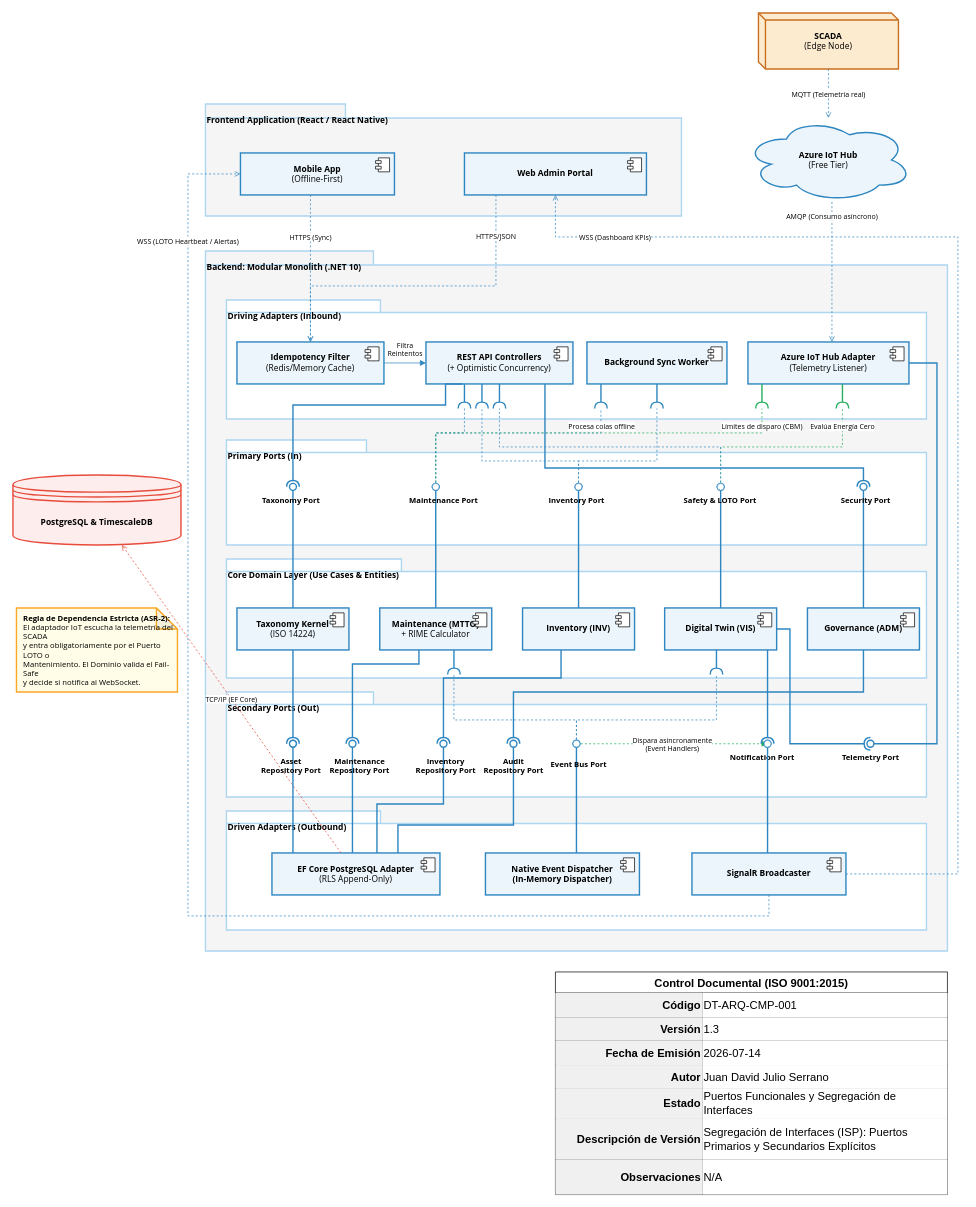
Earlier version of the draw.io diagram page "Ver 2.x" (2 of 2) of architecture/views/DT-ARQ-CMP-001-component-model.drawio (Novav20/adso-dteam-docs). Source tidied: cells renumbered, new cells numbered last; positions are measured from the earlier drawing's top-left corner, leaving out a move shared by most shapes. Both pictures are drawn from the tidied source at 70%, with x=0, y=0 at pixel (13, 13).
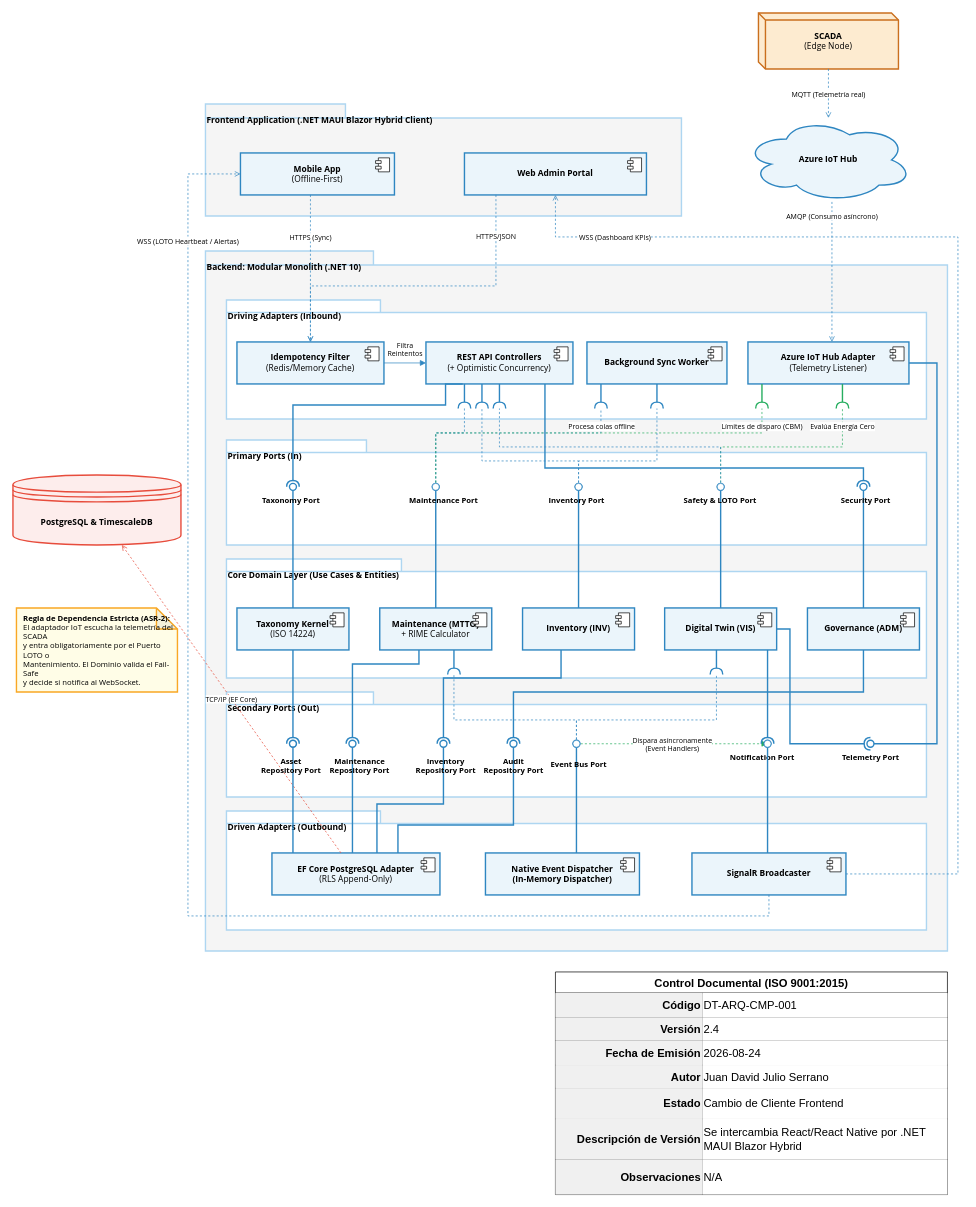
After the change.

Commit message (it also covers changes not shown here):
docs: adopt MAUI Blazor Hybrid stack

Unchanged cells that the change refers to:
```xml
<mxCell id="53" style="shape=tableRow;horizontal=0;startSize=0;swimlaneHead=0;swimlaneBody=0;strokeColor=inherit;top=0;left=0;bottom=0;right=0;fillColor=none;fontSize=16;" parent="49" vertex="1">
  <mxGeometry y="65" width="560" height="33" as="geometry" />
</mxCell>
<mxCell id="56" style="shape=tableRow;horizontal=0;startSize=0;swimlaneHead=0;swimlaneBody=0;strokeColor=inherit;top=0;left=0;bottom=0;right=0;fillColor=none;fontSize=16;" parent="49" vertex="1">
  <mxGeometry y="98" width="560" height="35" as="geometry" />
</mxCell>
<mxCell id="62" style="shape=tableRow;horizontal=0;startSize=0;swimlaneHead=0;swimlaneBody=0;strokeColor=inherit;top=0;left=0;bottom=0;right=0;fillColor=none;fontSize=16;" parent="49" vertex="1">
  <mxGeometry y="166" width="560" height="44" as="geometry" />
</mxCell>
<mxCell id="65" style="shape=tableRow;horizontal=0;startSize=0;swimlaneHead=0;swimlaneBody=0;strokeColor=inherit;top=0;left=0;bottom=0;right=0;fillColor=none;fontSize=16;" parent="49" vertex="1">
  <mxGeometry y="210" width="560" height="58" as="geometry" />
</mxCell>
```

What changed in the source:
```diff
@@
-    <mxCell id="2" value="Frontend Application (React / React Native)" style="shape=folder;fontStyle=1;spacingTop=10;tabWidth=200;tabHeight=20;tabPosition=left;html=1;whiteSpace=wrap;fillColor=#F5F5F5;strokeColor=#AED6F1;strokeWidth=2;fontSize=12;fontFamily=Segoe UI;align=left;verticalAlign=top;" parent="1" vertex="1">
+    <mxCell id="2" value="Frontend Application (.NET MAUI Blazor Hybrid Client)" style="shape=folder;fontStyle=1;spacingTop=10;tabWidth=200;tabHeight=20;tabPosition=left;html=1;whiteSpace=wrap;fillColor=#F5F5F5;strokeColor=#AED6F1;strokeWidth=2;fontSize=12;fontFamily=Segoe UI;align=left;verticalAlign=top;" parent="1" vertex="1">
       <mxGeometry x="275" y="130" width="680" height="160" as="geometry" />
     </mxCell>
@@
-    <mxCell id="38" value="&lt;b&gt;Azure IoT Hub&lt;/b&gt;&lt;br/&gt;(Free Tier)" style="ellipse;shape=cloud;whiteSpace=wrap;html=1;fillColor=#EBF5FB;strokeColor=#2E86C1;strokeWidth=2;fontSize=12;fontFamily=Segoe UI;" parent="1" vertex="1">
+    <mxCell id="38" value="&lt;b&gt;Azure IoT Hub&lt;/b&gt;" style="ellipse;shape=cloud;whiteSpace=wrap;html=1;fillColor=#EBF5FB;strokeColor=#2E86C1;strokeWidth=2;fontSize=12;fontFamily=Segoe UI;" parent="1" vertex="1">
       <mxGeometry x="1045" y="150" width="240" height="120" as="geometry" />
     </mxCell>
@@
-    <mxCell id="55" value="1.3" style="shape=partialRectangle;html=1;whiteSpace=wrap;strokeColor=inherit;overflow=hidden;fillColor=default;top=0;left=0;bottom=0;right=0;fontSize=16;align=left;" parent="53" vertex="1">
+    <mxCell id="55" value="2.4" style="shape=partialRectangle;html=1;whiteSpace=wrap;strokeColor=inherit;overflow=hidden;fillColor=default;top=0;left=0;bottom=0;right=0;fontSize=16;align=left;" parent="53" vertex="1">
       <mxGeometry x="210" width="350" height="33" as="geometry" />
     </mxCell>
@@
-    <mxCell id="58" value="2026-07-14" style="shape=partialRectangle;html=1;whiteSpace=wrap;strokeColor=inherit;overflow=hidden;fillColor=default;top=0;left=0;bottom=0;right=0;fontSize=16;align=left;" parent="56" vertex="1">
+    <mxCell id="58" value="2026-08-24" style="shape=partialRectangle;html=1;whiteSpace=wrap;strokeColor=inherit;overflow=hidden;fillColor=default;top=0;left=0;bottom=0;right=0;fontSize=16;align=left;" parent="56" vertex="1">
       <mxGeometry x="210" width="350" height="35" as="geometry" />
     </mxCell>
@@
-    <mxCell id="64" value="Puertos Funcionales y Segregación de Interfaces" style="shape=partialRectangle;html=1;whiteSpace=wrap;strokeColor=inherit;overflow=hidden;fillColor=default;top=0;left=0;bottom=0;right=0;fontSize=16;align=left;" parent="62" vertex="1">
+    <mxCell id="64" value="Cambio de Cliente Frontend" style="shape=partialRectangle;html=1;whiteSpace=wrap;strokeColor=inherit;overflow=hidden;fillColor=default;top=0;left=0;bottom=0;right=0;fontSize=16;align=left;" parent="62" vertex="1">
       <mxGeometry x="210" width="350" height="44" as="geometry" />
     </mxCell>
@@
-    <mxCell id="67" value="Segregación de Interfaces (ISP): Puertos Primarios y Secundarios Explícitos" style="shape=partialRectangle;html=1;whiteSpace=wrap;strokeColor=inherit;overflow=hidden;fillColor=default;top=0;left=0;bottom=0;right=0;fontSize=16;align=left;" parent="65" vertex="1">
+    <mxCell id="67" value="Se intercambia React/React Native por .NET MAUI Blazor Hybrid" style="shape=partialRectangle;html=1;whiteSpace=wrap;strokeColor=inherit;overflow=hidden;fillColor=default;top=0;left=0;bottom=0;right=0;fontSize=16;align=left;" parent="65" vertex="1">
       <mxGeometry x="210" width="350" height="58" as="geometry" />
     </mxCell>
```
